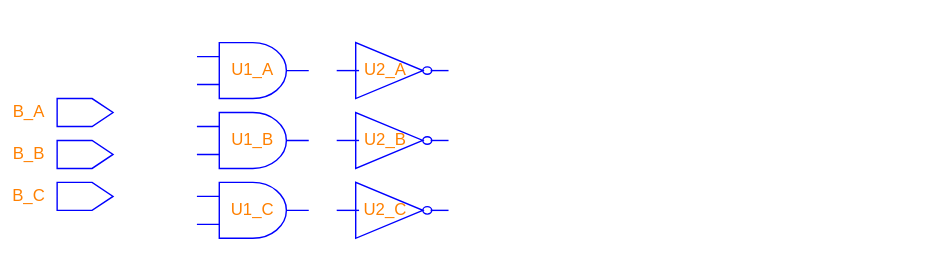
Above: figures/dark-mode/3-steps_2.drawio.svg in AlbertHansen/TripleModularRedundancyTool_developer_guide (draw.io), before the change. Source tidied: cells renumbered, new cells last; positions are measured from the earlier drawing's top-left corner, leaving out a move shared by most shapes. Its diagram source:
```xml
<mxGraphModel>
  <root>
    <mxCell id="0" />
    <mxCell id="1" parent="0" />
    <mxCell id="2" style="rounded=1;whiteSpace=wrap;strokeColor=#FFFFFF;fillColor=none;dashed=1;fontFamily=Helvetica;" parent="1" vertex="1">
      <mxGeometry y="20" width="660" height="160" as="geometry" />
    </mxCell>
    <mxCell id="3" value="Triplicate" style="text;strokeColor=none;fillColor=none;align=center;verticalAlign=middle;whiteSpace=wrap;rounded=0;fontFamily=Helvetica;fontColor=#FFFFFF;" parent="1" vertex="1">
      <mxGeometry x="40" width="80" height="20" as="geometry" />
    </mxCell>
    <mxCell id="4" style="edgeStyle=orthogonalEdgeStyle;rounded=0;exitX=1;exitY=0.5;exitDx=0;exitDy=0;exitPerimeter=0;entryX=0;entryY=0.5;entryDx=0;entryDy=0;entryPerimeter=0;startArrow=none;startFill=0;endArrow=none;endFill=0;fontFamily=Helvetica;strokeColor=#FFFFFF;" parent="1" edge="1" source="5" target="7">
      <mxGeometry relative="1" as="geometry" />
    </mxCell>
    <mxCell id="5" style="verticalLabelPosition=bottom;shadow=0;dashed=0;align=center;verticalAlign=top;shape=mxgraph.electrical.logic_gates.logic_gate;operation=and;strokeColor=#0000FF;fontFamily=Helvetica;fillColor=none;" parent="1" vertex="1">
      <mxGeometry x="140" y="30" width="80" height="40" as="geometry" />
    </mxCell>
    <mxCell id="6" style="edgeStyle=orthogonalEdgeStyle;rounded=0;exitX=1;exitY=0.5;exitDx=0;exitDy=0;exitPerimeter=0;entryX=0.5;entryY=0;entryDx=0;entryDy=0;startArrow=none;startFill=0;endArrow=none;endFill=0;fontFamily=Helvetica;strokeColor=#FFFFFF;" parent="1" edge="1" source="7" target="12">
      <mxGeometry relative="1" as="geometry" />
    </mxCell>
    <mxCell id="7" style="verticalLabelPosition=bottom;shadow=0;dashed=0;align=center;verticalAlign=top;shape=mxgraph.electrical.logic_gates.inverter_2;strokeColor=#0000FF;fontFamily=Helvetica;fillColor=none;" parent="1" vertex="1">
      <mxGeometry x="240" y="30" width="80" height="40" as="geometry" />
    </mxCell>
    <mxCell id="8" style="edgeStyle=orthogonalEdgeStyle;exitX=0.5;exitY=1;exitDx=0;exitDy=0;entryX=0;entryY=0.25;entryDx=0;entryDy=0;entryPerimeter=0;startArrow=none;startFill=0;rounded=0;endArrow=none;endFill=0;fontFamily=Helvetica;strokeColor=#FFFFFF;" parent="1" edge="1" source="9" target="5">
      <mxGeometry relative="1" as="geometry">
        <Array as="points">
          <mxPoint x="140" y="40" />
        </Array>
      </mxGeometry>
    </mxCell>
    <mxCell id="9" style="shape=offPageConnector;whiteSpace=wrap;rotation=-90;fontFamily=Helvetica;fillColor=none;strokeColor=#FFFFFF;" parent="1" vertex="1">
      <mxGeometry x="50" y="20" width="20" height="40" as="geometry" />
    </mxCell>
    <mxCell id="10" style="edgeStyle=orthogonalEdgeStyle;rounded=0;exitX=0.5;exitY=1;exitDx=0;exitDy=0;entryX=0;entryY=0.75;entryDx=0;entryDy=0;entryPerimeter=0;startArrow=none;startFill=0;endArrow=none;endFill=0;fontFamily=Helvetica;strokeColor=#FFFFFF;" parent="1" edge="1" source="11" target="5">
      <mxGeometry relative="1" as="geometry">
        <Array as="points">
          <mxPoint x="100" y="80" />
          <mxPoint x="100" y="60" />
        </Array>
      </mxGeometry>
    </mxCell>
    <mxCell id="11" style="shape=offPageConnector;whiteSpace=wrap;rotation=-90;strokeColor=#0000FF;fontFamily=Helvetica;fillColor=none;" parent="1" vertex="1">
      <mxGeometry x="50" y="60" width="20" height="40" as="geometry" />
    </mxCell>
    <mxCell id="12" style="shape=offPageConnector;whiteSpace=wrap;rotation=-90;fontFamily=Helvetica;fillColor=none;strokeColor=#FFFFFF;" parent="1" vertex="1">
      <mxGeometry x="605" y="80" width="20" height="40" as="geometry" />
    </mxCell>
    <mxCell id="13" value="A" style="text;strokeColor=none;fillColor=none;align=center;verticalAlign=middle;whiteSpace=wrap;rounded=0;fontFamily=Helvetica;fontColor=#FFFFFF;" parent="1" vertex="1">
      <mxGeometry x="20" y="30" width="20" height="20" as="geometry" />
    </mxCell>
    <mxCell id="14" value="B_A" style="text;strokeColor=none;fillColor=none;align=center;verticalAlign=middle;whiteSpace=wrap;rounded=0;fontFamily=Helvetica;fontColor=#FF8000;" parent="1" vertex="1">
      <mxGeometry y="70" width="40" height="20" as="geometry" />
    </mxCell>
    <mxCell id="15" value="C" style="text;strokeColor=none;fillColor=none;align=center;verticalAlign=middle;whiteSpace=wrap;rounded=0;fontFamily=Helvetica;fontColor=#FFFFFF;" parent="1" vertex="1">
      <mxGeometry x="635" y="90" width="20" height="20" as="geometry" />
    </mxCell>
    <mxCell id="16" style="shape=offPageConnector;whiteSpace=wrap;rotation=-90;strokeColor=#0000FF;fontFamily=Helvetica;fillColor=none;" parent="1" vertex="1">
      <mxGeometry x="50" y="90" width="20" height="40" as="geometry" />
    </mxCell>
    <mxCell id="17" style="shape=offPageConnector;whiteSpace=wrap;rotation=-90;strokeColor=#0000FF;fontFamily=Helvetica;fillColor=none;" parent="1" vertex="1">
      <mxGeometry x="50" y="120" width="20" height="40" as="geometry" />
    </mxCell>
    <mxCell id="18" value="B_B" style="text;strokeColor=none;fillColor=none;align=center;verticalAlign=middle;whiteSpace=wrap;rounded=0;fontFamily=Helvetica;fontColor=#FF8000;" parent="1" vertex="1">
      <mxGeometry y="100" width="40" height="20" as="geometry" />
    </mxCell>
    <mxCell id="19" value="B_C" style="text;strokeColor=none;fillColor=none;align=center;verticalAlign=middle;whiteSpace=wrap;rounded=0;fontFamily=Helvetica;fontColor=#FF8000;" parent="1" vertex="1">
      <mxGeometry y="130" width="40" height="20" as="geometry" />
    </mxCell>
    <mxCell id="20" style="edgeStyle=orthogonalEdgeStyle;rounded=0;exitX=0;exitY=0.25;exitDx=0;exitDy=0;exitPerimeter=0;startArrow=none;startFill=0;endArrow=oval;endFill=1;fontFamily=Helvetica;strokeColor=#FFFFFF;" parent="1" edge="1" source="22">
      <mxGeometry relative="1" as="geometry">
        <mxPoint x="120" y="90" as="targetPoint" />
        <Array as="points">
          <mxPoint x="120" y="140" />
        </Array>
      </mxGeometry>
    </mxCell>
    <mxCell id="21" style="edgeStyle=orthogonalEdgeStyle;rounded=0;exitX=0;exitY=0.75;exitDx=0;exitDy=0;exitPerimeter=0;startArrow=none;startFill=0;endArrow=oval;endFill=1;fontFamily=Helvetica;strokeColor=#FFFFFF;" parent="1" edge="1" source="22">
      <mxGeometry relative="1" as="geometry">
        <mxPoint x="100" y="110" as="targetPoint" />
        <Array as="points">
          <mxPoint x="100" y="160" />
        </Array>
      </mxGeometry>
    </mxCell>
    <mxCell id="22" style="verticalLabelPosition=bottom;shadow=0;dashed=0;align=center;verticalAlign=top;shape=mxgraph.electrical.logic_gates.logic_gate;operation=and;strokeColor=#0000FF;fontFamily=Helvetica;fillColor=none;" parent="1" vertex="1">
      <mxGeometry x="140" y="130" width="80" height="40" as="geometry" />
    </mxCell>
    <mxCell id="23" style="edgeStyle=orthogonalEdgeStyle;rounded=0;exitX=0;exitY=0.25;exitDx=0;exitDy=0;exitPerimeter=0;startArrow=none;startFill=0;endArrow=oval;endFill=1;fontFamily=Helvetica;strokeColor=#FFFFFF;" parent="1" edge="1" source="25">
      <mxGeometry relative="1" as="geometry">
        <mxPoint x="120" y="40" as="targetPoint" />
        <Array as="points">
          <mxPoint x="120" y="90" />
        </Array>
      </mxGeometry>
    </mxCell>
    <mxCell id="24" style="edgeStyle=orthogonalEdgeStyle;rounded=0;exitX=0;exitY=0.75;exitDx=0;exitDy=0;exitPerimeter=0;startArrow=none;startFill=0;endArrow=oval;endFill=1;fontFamily=Helvetica;strokeColor=#FFFFFF;" parent="1" edge="1" source="25">
      <mxGeometry relative="1" as="geometry">
        <mxPoint x="100" y="80" as="targetPoint" />
        <Array as="points">
          <mxPoint x="100" y="110" />
        </Array>
      </mxGeometry>
    </mxCell>
    <mxCell id="25" style="verticalLabelPosition=bottom;shadow=0;dashed=0;align=center;verticalAlign=top;shape=mxgraph.electrical.logic_gates.logic_gate;operation=and;strokeColor=#0000FF;fontFamily=Helvetica;fillColor=none;" parent="1" vertex="1">
      <mxGeometry x="140" y="80" width="80" height="40" as="geometry" />
    </mxCell>
    <mxCell id="26" style="edgeStyle=orthogonalEdgeStyle;rounded=0;exitX=0;exitY=0.5;exitDx=0;exitDy=0;exitPerimeter=0;startArrow=none;startFill=0;endArrow=oval;endFill=1;fontFamily=Helvetica;strokeColor=#FFFFFF;" parent="1" edge="1" source="27">
      <mxGeometry relative="1" as="geometry">
        <mxPoint x="230" y="100" as="targetPoint" />
      </mxGeometry>
    </mxCell>
    <mxCell id="27" style="verticalLabelPosition=bottom;shadow=0;dashed=0;align=center;verticalAlign=top;shape=mxgraph.electrical.logic_gates.inverter_2;strokeColor=#0000FF;fontFamily=Helvetica;fillColor=none;" parent="1" vertex="1">
      <mxGeometry x="240" y="130" width="80" height="40" as="geometry" />
    </mxCell>
    <mxCell id="28" style="edgeStyle=orthogonalEdgeStyle;rounded=0;exitX=0;exitY=0.5;exitDx=0;exitDy=0;exitPerimeter=0;startArrow=none;startFill=0;endArrow=oval;endFill=1;fontFamily=Helvetica;strokeColor=#FFFFFF;" parent="1" edge="1" source="29">
      <mxGeometry relative="1" as="geometry">
        <mxPoint x="230" y="50" as="targetPoint" />
      </mxGeometry>
    </mxCell>
    <mxCell id="29" style="verticalLabelPosition=bottom;shadow=0;dashed=0;align=center;verticalAlign=top;shape=mxgraph.electrical.logic_gates.inverter_2;strokeColor=#0000FF;fontFamily=Helvetica;fillColor=none;" parent="1" vertex="1">
      <mxGeometry x="240" y="80" width="80" height="40" as="geometry" />
    </mxCell>
    <mxCell id="30" value="&lt;span style=&quot;&quot;&gt;U1_A&lt;/span&gt;" style="text;html=1;strokeColor=none;fillColor=none;align=center;verticalAlign=middle;whiteSpace=wrap;rounded=0;fontFamily=Helvetica;fontColor=#FF8000;" parent="1" vertex="1">
      <mxGeometry x="165" y="35" width="30" height="30" as="geometry" />
    </mxCell>
    <mxCell id="31" value="&lt;span style=&quot;&quot;&gt;U1_B&lt;/span&gt;" style="text;html=1;strokeColor=none;fillColor=none;align=center;verticalAlign=middle;whiteSpace=wrap;rounded=0;fontFamily=Helvetica;fontColor=#FF8000;" parent="1" vertex="1">
      <mxGeometry x="165" y="85" width="30" height="30" as="geometry" />
    </mxCell>
    <mxCell id="32" value="&lt;span style=&quot;&quot;&gt;U1_C&lt;/span&gt;" style="text;html=1;strokeColor=none;fillColor=none;align=center;verticalAlign=middle;whiteSpace=wrap;rounded=0;fontFamily=Helvetica;fontColor=#FF8000;" parent="1" vertex="1">
      <mxGeometry x="165" y="135" width="30" height="30" as="geometry" />
    </mxCell>
    <mxCell id="33" value="&lt;span style=&quot;&quot;&gt;U2_A&lt;/span&gt;" style="text;html=1;strokeColor=none;fillColor=none;align=center;verticalAlign=middle;whiteSpace=wrap;rounded=0;fontFamily=Helvetica;fontColor=#FF8000;" parent="1" vertex="1">
      <mxGeometry x="260" y="35" width="30" height="30" as="geometry" />
    </mxCell>
    <mxCell id="34" value="&lt;span style=&quot;&quot;&gt;U2_B&lt;/span&gt;" style="text;html=1;strokeColor=none;fillColor=none;align=center;verticalAlign=middle;whiteSpace=wrap;rounded=0;fontFamily=Helvetica;fontColor=#FF8000;" parent="1" vertex="1">
      <mxGeometry x="260" y="85" width="30" height="30" as="geometry" />
    </mxCell>
    <mxCell id="35" value="&lt;span style=&quot;&quot;&gt;U2_C&lt;/span&gt;" style="text;html=1;strokeColor=none;fillColor=none;align=center;verticalAlign=middle;whiteSpace=wrap;rounded=0;fontFamily=Helvetica;fontColor=#FF8000;" parent="1" vertex="1">
      <mxGeometry x="260" y="135" width="30" height="30" as="geometry" />
    </mxCell>
  </root>
</mxGraphModel>
```
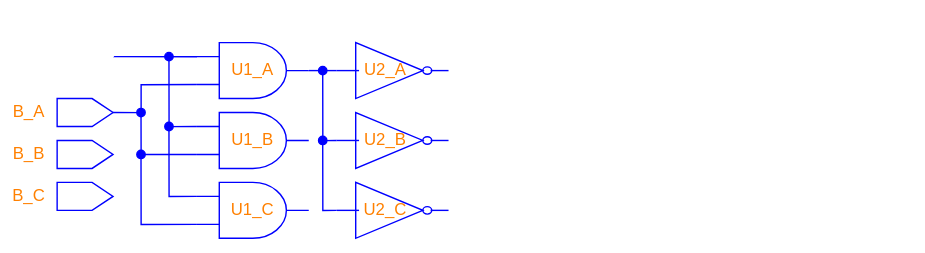
After the change.

Change to the diagram source:
```diff
@@ -8,7 +8,7 @@
     <mxCell id="3" value="Triplicate" style="text;strokeColor=none;fillColor=none;align=center;verticalAlign=middle;whiteSpace=wrap;rounded=0;fontFamily=Helvetica;fontColor=#FFFFFF;" parent="1" vertex="1">
       <mxGeometry x="40" width="80" height="20" as="geometry" />
     </mxCell>
-    <mxCell id="4" style="edgeStyle=orthogonalEdgeStyle;rounded=0;exitX=1;exitY=0.5;exitDx=0;exitDy=0;exitPerimeter=0;entryX=0;entryY=0.5;entryDx=0;entryDy=0;entryPerimeter=0;startArrow=none;startFill=0;endArrow=none;endFill=0;fontFamily=Helvetica;strokeColor=#FFFFFF;" parent="1" edge="1" source="5" target="7">
+    <mxCell id="4" style="edgeStyle=orthogonalEdgeStyle;rounded=0;exitX=1;exitY=0.5;exitDx=0;exitDy=0;exitPerimeter=0;entryX=0;entryY=0.5;entryDx=0;entryDy=0;entryPerimeter=0;startArrow=none;startFill=0;endArrow=none;endFill=0;fontFamily=Helvetica;strokeColor=#0000FF;" parent="1" edge="1" source="5" target="7">
       <mxGeometry relative="1" as="geometry" />
     </mxCell>
     <mxCell id="5" style="verticalLabelPosition=bottom;shadow=0;dashed=0;align=center;verticalAlign=top;shape=mxgraph.electrical.logic_gates.logic_gate;operation=and;strokeColor=#0000FF;fontFamily=Helvetica;fillColor=none;" parent="1" vertex="1">
@@ -20,7 +20,7 @@
     <mxCell id="7" style="verticalLabelPosition=bottom;shadow=0;dashed=0;align=center;verticalAlign=top;shape=mxgraph.electrical.logic_gates.inverter_2;strokeColor=#0000FF;fontFamily=Helvetica;fillColor=none;" parent="1" vertex="1">
       <mxGeometry x="240" y="30" width="80" height="40" as="geometry" />
     </mxCell>
-    <mxCell id="8" style="edgeStyle=orthogonalEdgeStyle;exitX=0.5;exitY=1;exitDx=0;exitDy=0;entryX=0;entryY=0.25;entryDx=0;entryDy=0;entryPerimeter=0;startArrow=none;startFill=0;rounded=0;endArrow=none;endFill=0;fontFamily=Helvetica;strokeColor=#FFFFFF;" parent="1" edge="1" source="9" target="5">
+    <mxCell id="8" style="edgeStyle=orthogonalEdgeStyle;exitX=0.5;exitY=1;exitDx=0;exitDy=0;entryX=0;entryY=0.25;entryDx=0;entryDy=0;entryPerimeter=0;startArrow=none;startFill=0;rounded=0;endArrow=none;endFill=0;fontFamily=Helvetica;strokeColor=#0000FF;" parent="1" edge="1" source="9" target="5">
       <mxGeometry relative="1" as="geometry">
         <Array as="points">
           <mxPoint x="140" y="40" />
@@ -30,7 +30,7 @@
     <mxCell id="9" style="shape=offPageConnector;whiteSpace=wrap;rotation=-90;fontFamily=Helvetica;fillColor=none;strokeColor=#FFFFFF;" parent="1" vertex="1">
       <mxGeometry x="50" y="20" width="20" height="40" as="geometry" />
     </mxCell>
-    <mxCell id="10" style="edgeStyle=orthogonalEdgeStyle;rounded=0;exitX=0.5;exitY=1;exitDx=0;exitDy=0;entryX=0;entryY=0.75;entryDx=0;entryDy=0;entryPerimeter=0;startArrow=none;startFill=0;endArrow=none;endFill=0;fontFamily=Helvetica;strokeColor=#FFFFFF;" parent="1" edge="1" source="11" target="5">
+    <mxCell id="10" style="edgeStyle=orthogonalEdgeStyle;rounded=0;exitX=0.5;exitY=1;exitDx=0;exitDy=0;entryX=0;entryY=0.75;entryDx=0;entryDy=0;entryPerimeter=0;startArrow=none;startFill=0;endArrow=none;endFill=0;fontFamily=Helvetica;strokeColor=#0000FF;" parent="1" edge="1" source="11" target="5">
       <mxGeometry relative="1" as="geometry">
         <Array as="points">
           <mxPoint x="100" y="80" />
@@ -65,7 +65,7 @@
     <mxCell id="19" value="B_C" style="text;strokeColor=none;fillColor=none;align=center;verticalAlign=middle;whiteSpace=wrap;rounded=0;fontFamily=Helvetica;fontColor=#FF8000;" parent="1" vertex="1">
       <mxGeometry y="130" width="40" height="20" as="geometry" />
     </mxCell>
-    <mxCell id="20" style="edgeStyle=orthogonalEdgeStyle;rounded=0;exitX=0;exitY=0.25;exitDx=0;exitDy=0;exitPerimeter=0;startArrow=none;startFill=0;endArrow=oval;endFill=1;fontFamily=Helvetica;strokeColor=#FFFFFF;" parent="1" edge="1" source="22">
+    <mxCell id="20" style="edgeStyle=orthogonalEdgeStyle;rounded=0;exitX=0;exitY=0.25;exitDx=0;exitDy=0;exitPerimeter=0;startArrow=none;startFill=0;endArrow=oval;endFill=1;fontFamily=Helvetica;strokeColor=#0000FF;" parent="1" edge="1" source="22">
       <mxGeometry relative="1" as="geometry">
         <mxPoint x="120" y="90" as="targetPoint" />
         <Array as="points">
@@ -73,7 +73,7 @@
         </Array>
       </mxGeometry>
     </mxCell>
-    <mxCell id="21" style="edgeStyle=orthogonalEdgeStyle;rounded=0;exitX=0;exitY=0.75;exitDx=0;exitDy=0;exitPerimeter=0;startArrow=none;startFill=0;endArrow=oval;endFill=1;fontFamily=Helvetica;strokeColor=#FFFFFF;" parent="1" edge="1" source="22">
+    <mxCell id="21" style="edgeStyle=orthogonalEdgeStyle;rounded=0;exitX=0;exitY=0.75;exitDx=0;exitDy=0;exitPerimeter=0;startArrow=none;startFill=0;endArrow=oval;endFill=1;fontFamily=Helvetica;strokeColor=#0000FF;" parent="1" edge="1" source="22">
       <mxGeometry relative="1" as="geometry">
         <mxPoint x="100" y="110" as="targetPoint" />
         <Array as="points">
@@ -84,7 +84,7 @@
     <mxCell id="22" style="verticalLabelPosition=bottom;shadow=0;dashed=0;align=center;verticalAlign=top;shape=mxgraph.electrical.logic_gates.logic_gate;operation=and;strokeColor=#0000FF;fontFamily=Helvetica;fillColor=none;" parent="1" vertex="1">
       <mxGeometry x="140" y="130" width="80" height="40" as="geometry" />
     </mxCell>
-    <mxCell id="23" style="edgeStyle=orthogonalEdgeStyle;rounded=0;exitX=0;exitY=0.25;exitDx=0;exitDy=0;exitPerimeter=0;startArrow=none;startFill=0;endArrow=oval;endFill=1;fontFamily=Helvetica;strokeColor=#FFFFFF;" parent="1" edge="1" source="25">
+    <mxCell id="23" style="edgeStyle=orthogonalEdgeStyle;rounded=0;exitX=0;exitY=0.25;exitDx=0;exitDy=0;exitPerimeter=0;startArrow=none;startFill=0;endArrow=oval;endFill=1;fontFamily=Helvetica;strokeColor=#0000FF;" parent="1" edge="1" source="25">
       <mxGeometry relative="1" as="geometry">
         <mxPoint x="120" y="40" as="targetPoint" />
         <Array as="points">
@@ -92,7 +92,7 @@
         </Array>
       </mxGeometry>
     </mxCell>
-    <mxCell id="24" style="edgeStyle=orthogonalEdgeStyle;rounded=0;exitX=0;exitY=0.75;exitDx=0;exitDy=0;exitPerimeter=0;startArrow=none;startFill=0;endArrow=oval;endFill=1;fontFamily=Helvetica;strokeColor=#FFFFFF;" parent="1" edge="1" source="25">
+    <mxCell id="24" style="edgeStyle=orthogonalEdgeStyle;rounded=0;exitX=0;exitY=0.75;exitDx=0;exitDy=0;exitPerimeter=0;startArrow=none;startFill=0;endArrow=oval;endFill=1;fontFamily=Helvetica;strokeColor=#0000FF;" parent="1" edge="1" source="25">
       <mxGeometry relative="1" as="geometry">
         <mxPoint x="100" y="80" as="targetPoint" />
         <Array as="points">
@@ -103,7 +103,7 @@
     <mxCell id="25" style="verticalLabelPosition=bottom;shadow=0;dashed=0;align=center;verticalAlign=top;shape=mxgraph.electrical.logic_gates.logic_gate;operation=and;strokeColor=#0000FF;fontFamily=Helvetica;fillColor=none;" parent="1" vertex="1">
       <mxGeometry x="140" y="80" width="80" height="40" as="geometry" />
     </mxCell>
-    <mxCell id="26" style="edgeStyle=orthogonalEdgeStyle;rounded=0;exitX=0;exitY=0.5;exitDx=0;exitDy=0;exitPerimeter=0;startArrow=none;startFill=0;endArrow=oval;endFill=1;fontFamily=Helvetica;strokeColor=#FFFFFF;" parent="1" edge="1" source="27">
+    <mxCell id="26" style="edgeStyle=orthogonalEdgeStyle;rounded=0;exitX=0;exitY=0.5;exitDx=0;exitDy=0;exitPerimeter=0;startArrow=none;startFill=0;endArrow=oval;endFill=1;fontFamily=Helvetica;strokeColor=#0000FF;" parent="1" edge="1" source="27">
       <mxGeometry relative="1" as="geometry">
         <mxPoint x="230" y="100" as="targetPoint" />
       </mxGeometry>
@@ -111,7 +111,7 @@
     <mxCell id="27" style="verticalLabelPosition=bottom;shadow=0;dashed=0;align=center;verticalAlign=top;shape=mxgraph.electrical.logic_gates.inverter_2;strokeColor=#0000FF;fontFamily=Helvetica;fillColor=none;" parent="1" vertex="1">
       <mxGeometry x="240" y="130" width="80" height="40" as="geometry" />
     </mxCell>
-    <mxCell id="28" style="edgeStyle=orthogonalEdgeStyle;rounded=0;exitX=0;exitY=0.5;exitDx=0;exitDy=0;exitPerimeter=0;startArrow=none;startFill=0;endArrow=oval;endFill=1;fontFamily=Helvetica;strokeColor=#FFFFFF;" parent="1" edge="1" source="29">
+    <mxCell id="28" style="edgeStyle=orthogonalEdgeStyle;rounded=0;exitX=0;exitY=0.5;exitDx=0;exitDy=0;exitPerimeter=0;startArrow=none;startFill=0;endArrow=oval;endFill=1;fontFamily=Helvetica;strokeColor=#0000FF;" parent="1" edge="1" source="29">
       <mxGeometry relative="1" as="geometry">
         <mxPoint x="230" y="50" as="targetPoint" />
       </mxGeometry>
```
